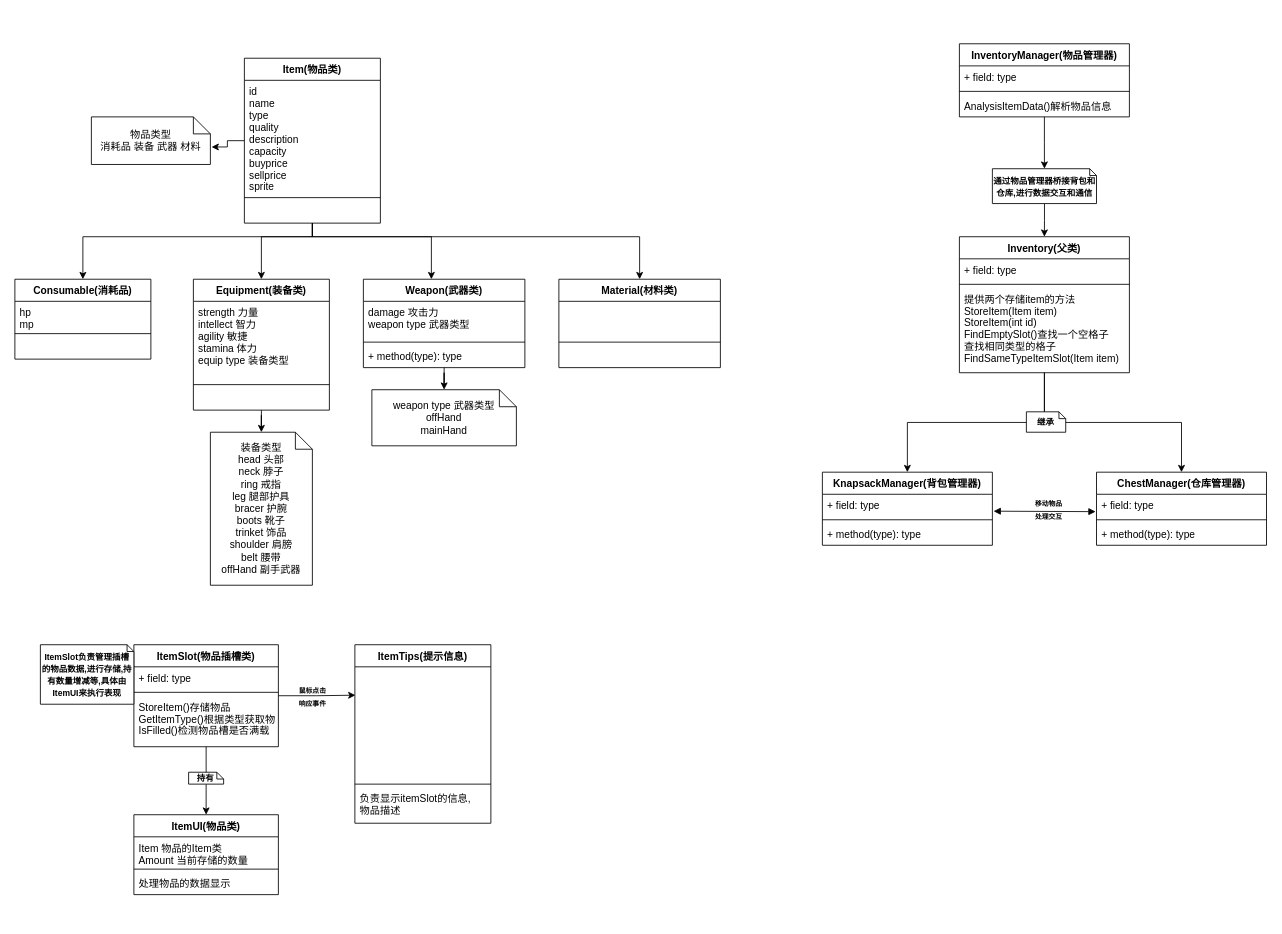
The draw.io diagram InventorySystem.drawio in KIPKIPS/InventorySystem, before the edit. Source tidied: cells renumbered, new cells numbered last; positions are measured from the earlier drawing's top-left corner, leaving out a move shared by most shapes. Both pictures are drawn from the tidied source at 85%, with x=0, y=0 at pixel (14, 43).
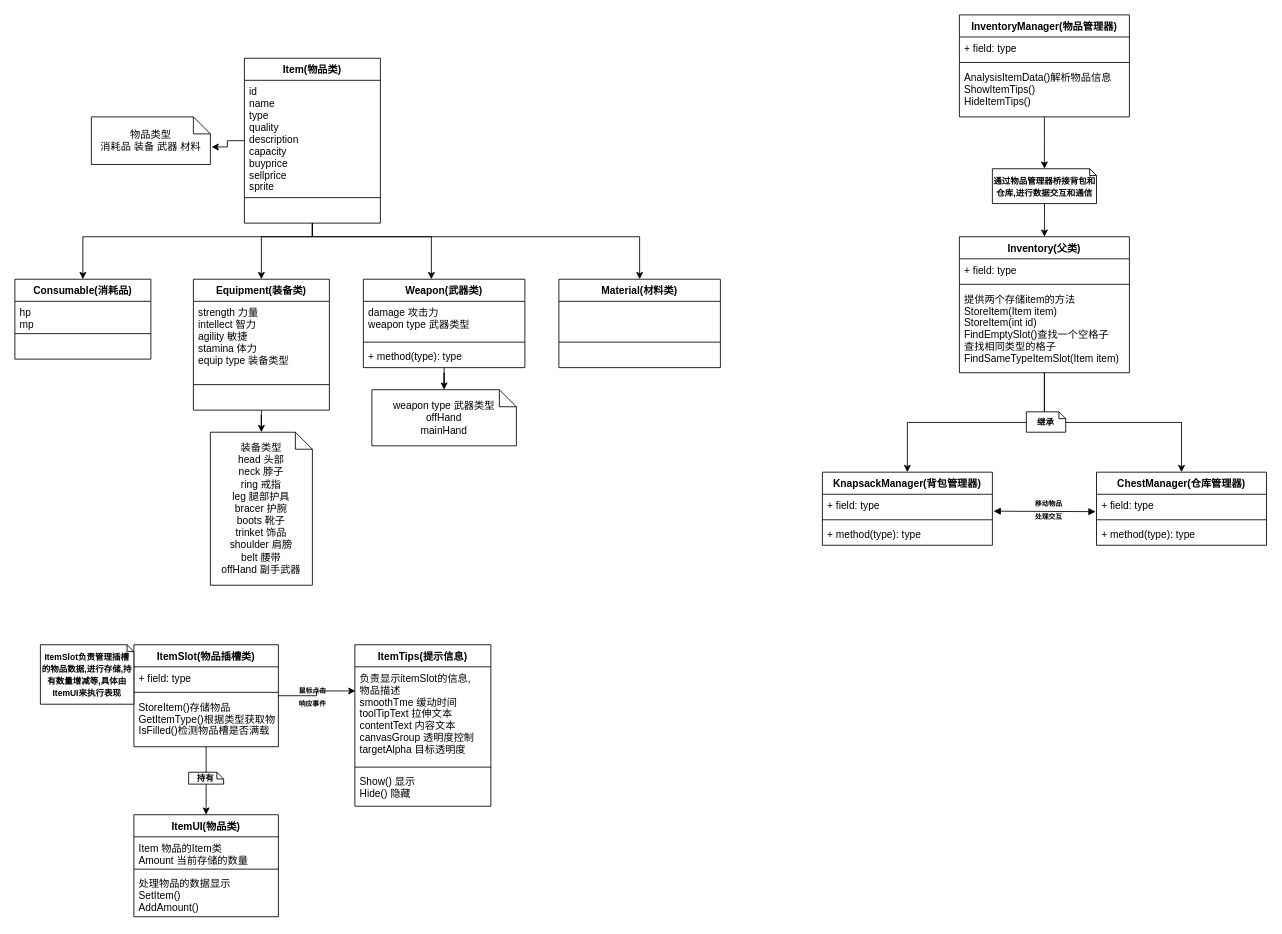
After the change.

The edit, as a diff of the source:
```diff
@@
     <mxCell id="33" value="InventoryManager(物品管理器)" style="swimlane;fontStyle=1;align=center;verticalAlign=top;horizontal=1;startSize=26;" parent="1" vertex="1">
-      <mxGeometry x="1111.2" width="200" height="86" as="geometry" />
+      <mxGeometry x="1111.2" y="-34" width="200" height="120" as="geometry" />
     </mxCell>
@@
-    <mxCell id="36" value="AnalysisItemData()解析物品信息&#10;&#10;" style="text;strokeColor=none;fillColor=none;align=left;verticalAlign=top;spacingLeft=4;spacingRight=4;overflow=hidden;" parent="33" vertex="1">
-      <mxGeometry y="60" width="200" height="26" as="geometry" />
+    <mxCell id="36" value="AnalysisItemData()解析物品信息&#10;ShowItemTips()&#10;HideItemTips()&#10;" style="text;strokeColor=none;fillColor=none;align=left;verticalAlign=top;spacingLeft=4;spacingRight=4;overflow=hidden;" parent="33" vertex="1">
+      <mxGeometry y="60" width="200" height="60" as="geometry" />
     </mxCell>
@@
     <mxCell id="62" value="ItemUI(物品类)" style="swimlane;fontStyle=1;align=center;verticalAlign=top;horizontal=1;startSize=26;" parent="1" vertex="1">
-      <mxGeometry x="140" y="907" width="170" height="94" as="geometry" />
+      <mxGeometry x="140" y="907" width="170" height="120" as="geometry" />
     </mxCell>
@@
-    <mxCell id="65" value="处理物品的数据显示" style="text;strokeColor=none;fillColor=none;align=left;verticalAlign=top;spacingLeft=4;spacingRight=4;overflow=hidden;" parent="62" vertex="1">
-      <mxGeometry y="68" width="170" height="26" as="geometry" />
+    <mxCell id="65" value="处理物品的数据显示&#10;SetItem()&#10;AddAmount()" style="text;strokeColor=none;fillColor=none;align=left;verticalAlign=top;spacingLeft=4;spacingRight=4;overflow=hidden;" parent="62" vertex="1">
+      <mxGeometry y="68" width="170" height="52" as="geometry" />
     </mxCell>
@@
     <mxCell id="68" value="ItemTips(提示信息)" style="swimlane;fontStyle=1;align=center;verticalAlign=top;horizontal=1;startSize=26;" parent="1" vertex="1">
-      <mxGeometry x="400" y="707" width="160" height="210" as="geometry" />
+      <mxGeometry x="400" y="707" width="160" height="190" as="geometry" />
     </mxCell>
-    <mxCell id="69" value="&#10;&#10;" style="text;strokeColor=none;fillColor=none;align=left;verticalAlign=top;spacingLeft=4;spacingRight=4;overflow=hidden;points=[[0,0.5],[1,0.5]];portConstraint=eastwest;" parent="68" vertex="1">
-      <mxGeometry y="26" width="160" height="134" as="geometry" />
+    <mxCell id="69" value="负责显示itemSlot的信息,&#10;物品描述&#10;smoothTme 缓动时间&#10;toolTipText 拉伸文本&#10;contentText 内容文本&#10;canvasGroup 透明度控制&#10;targetAlpha 目标透明度" style="text;strokeColor=none;fillColor=none;align=left;verticalAlign=top;spacingLeft=4;spacingRight=4;overflow=hidden;points=[[0,0.5],[1,0.5]];portConstraint=eastwest;" parent="68" vertex="1">
+      <mxGeometry y="26" width="160" height="114" as="geometry" />
     </mxCell>
     <mxCell id="70" style="line;strokeWidth=1;fillColor=none;align=left;verticalAlign=middle;spacingTop=-1;spacingLeft=3;spacingRight=3;labelPosition=right;" parent="68" vertex="1">
-      <mxGeometry y="160" width="160" height="8" as="geometry" />
+      <mxGeometry y="140" width="160" height="8" as="geometry" />
     </mxCell>
-    <mxCell id="71" value="负责显示itemSlot的信息,&#10;物品描述&#10;" style="text;strokeColor=none;fillColor=none;align=left;verticalAlign=top;spacingLeft=4;spacingRight=4;overflow=hidden;" parent="68" vertex="1">
-      <mxGeometry y="168" width="160" height="42" as="geometry" />
+    <mxCell id="71" value="Show() 显示&#10;Hide() 隐藏" style="text;strokeColor=none;fillColor=none;align=left;verticalAlign=top;spacingLeft=4;spacingRight=4;overflow=hidden;" parent="68" vertex="1">
+      <mxGeometry y="148" width="160" height="42" as="geometry" />
     </mxCell>
```
